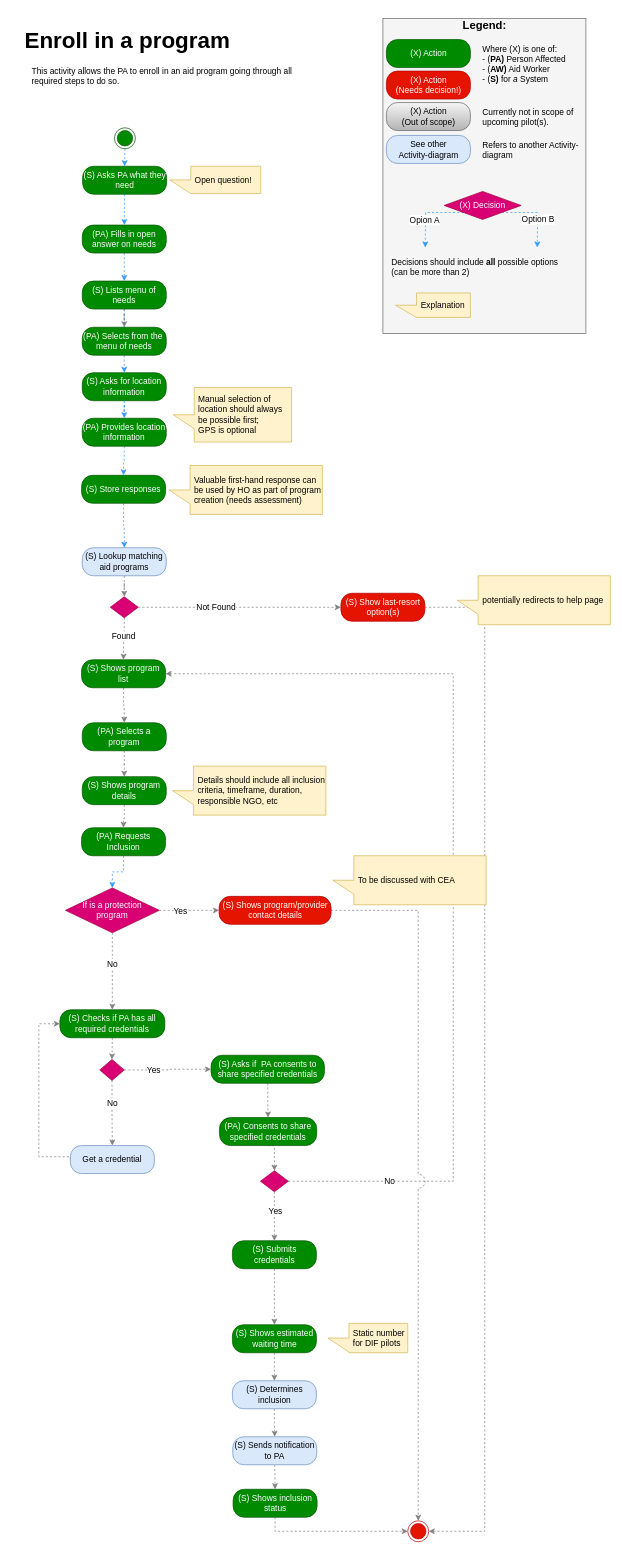
Above: Activity Diagrams/Enroll in a program activity.drawio in nsward/diagrams (draw.io), before the change. Source tidied: cells renumbered, new cells numbered last; positions are measured from the earlier drawing's top-left corner, leaving out a move shared by most shapes. Both pictures are drawn from the tidied source at 70%, with x=0, y=0 at pixel (12, 12).
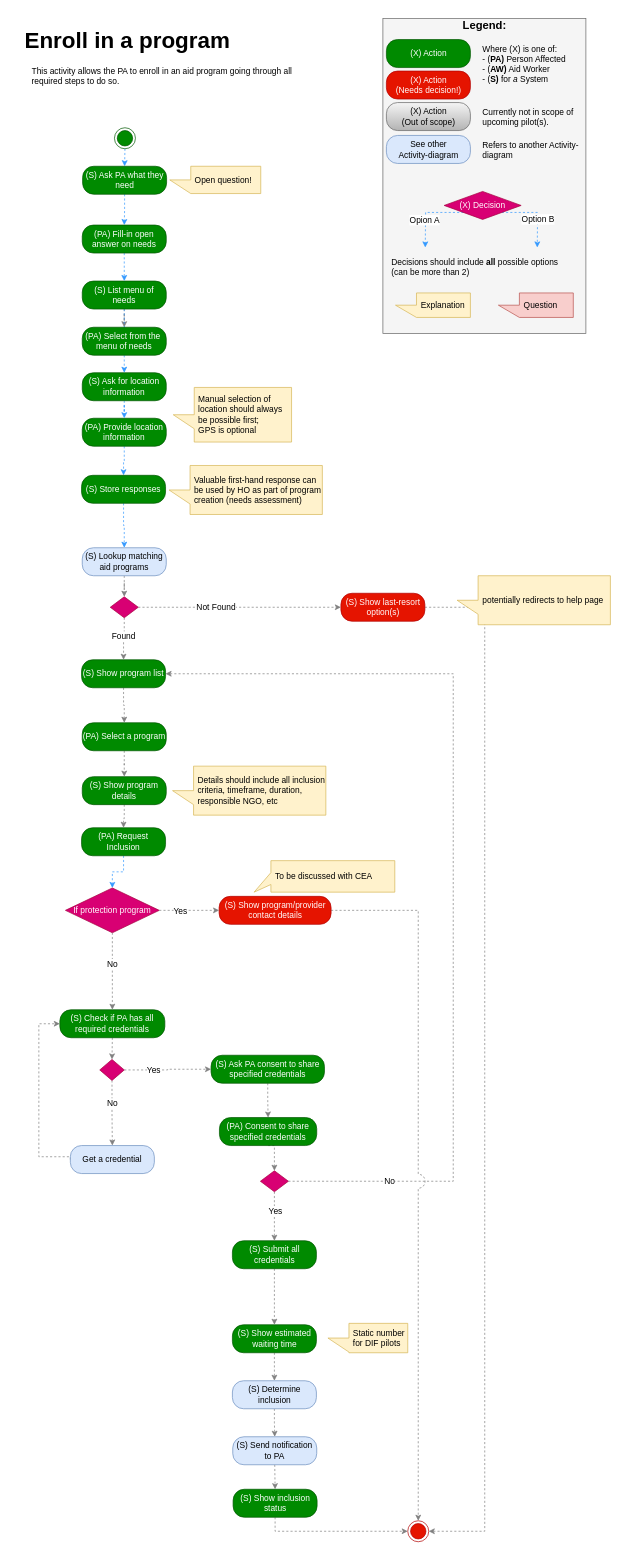
The same diagram, later.

Commit message:
AB#148 : Update "Enroll in a program" activity

The change refers to these unchanged cells:
```xml
<mxCell id="69" style="group;" parent="1" vertex="1">
  <mxGeometry x="529.5" y="9" width="290" height="462" as="geometry" />
</mxCell>
```

Diff of the diagram source:
```diff
@@
-    <mxCell id="6" value="(S) Lists menu of needs" style="rounded=1;whiteSpace=wrap;html=1;arcSize=40;fillColor=#008a00;strokeColor=#005700;fontColor=#ffffff;" parent="1" vertex="1">
+    <mxCell id="6" value="(S) List menu of needs" style="rounded=1;whiteSpace=wrap;html=1;arcSize=40;fillColor=#008a00;strokeColor=#005700;fontColor=#ffffff;" parent="1" vertex="1">
       <mxGeometry x="100" y="384" width="120" height="40" as="geometry" />
     </mxCell>
@@
-    <mxCell id="8" value="(PA) Provides location information" style="rounded=1;whiteSpace=wrap;html=1;arcSize=40;fillColor=#008a00;strokeColor=#005700;fontColor=#ffffff;" parent="1" vertex="1">
+    <mxCell id="8" value="(PA) Provide location information" style="rounded=1;whiteSpace=wrap;html=1;arcSize=40;fillColor=#008a00;strokeColor=#005700;fontColor=#ffffff;" parent="1" vertex="1">
       <mxGeometry x="100" y="580" width="120" height="40" as="geometry" />
     </mxCell>
@@
-    <mxCell id="11" value="(PA) Selects from the&amp;nbsp; menu of needs" style="rounded=1;whiteSpace=wrap;html=1;arcSize=40;fillColor=#008a00;strokeColor=#005700;fontColor=#ffffff;" parent="1" vertex="1">
+    <mxCell id="11" value="(PA) Select from the&amp;nbsp; menu of needs" style="rounded=1;whiteSpace=wrap;html=1;arcSize=40;fillColor=#008a00;strokeColor=#005700;fontColor=#ffffff;" parent="1" vertex="1">
       <mxGeometry x="100" y="450" width="120" height="40" as="geometry" />
     </mxCell>
@@
-    <mxCell id="13" value="(S) Shows program list" style="rounded=1;whiteSpace=wrap;html=1;arcSize=40;fillColor=#008a00;strokeColor=#005700;fontColor=#ffffff;" parent="1" vertex="1">
+    <mxCell id="13" value="(S) Show program list" style="rounded=1;whiteSpace=wrap;html=1;arcSize=40;fillColor=#008a00;strokeColor=#005700;fontColor=#ffffff;" parent="1" vertex="1">
       <mxGeometry x="99" y="925" width="120" height="40" as="geometry" />
     </mxCell>
@@
-    <mxCell id="15" value="(PA) Selects a program" style="rounded=1;whiteSpace=wrap;html=1;arcSize=40;fillColor=#008a00;strokeColor=#005700;fontColor=#ffffff;" parent="1" vertex="1">
+    <mxCell id="15" value="(PA) Select a program" style="rounded=1;whiteSpace=wrap;html=1;arcSize=40;fillColor=#008a00;strokeColor=#005700;fontColor=#ffffff;" parent="1" vertex="1">
       <mxGeometry x="100" y="1015" width="120" height="40" as="geometry" />
     </mxCell>
@@
-    <mxCell id="17" value="(S) Shows program details" style="rounded=1;whiteSpace=wrap;html=1;arcSize=40;fillColor=#008a00;strokeColor=#005700;fontColor=#ffffff;" parent="1" vertex="1">
+    <mxCell id="17" value="(S) Show program details" style="rounded=1;whiteSpace=wrap;html=1;arcSize=40;fillColor=#008a00;strokeColor=#005700;fontColor=#ffffff;" parent="1" vertex="1">
       <mxGeometry x="100" y="1092" width="120" height="40" as="geometry" />
     </mxCell>
@@
-    <mxCell id="19" value="(PA) Requests Inclusion" style="rounded=1;whiteSpace=wrap;html=1;arcSize=40;fillColor=#008a00;strokeColor=#005700;fontColor=#ffffff;" parent="1" vertex="1">
+    <mxCell id="19" value="(PA) Request Inclusion" style="rounded=1;whiteSpace=wrap;html=1;arcSize=40;fillColor=#008a00;strokeColor=#005700;fontColor=#ffffff;" parent="1" vertex="1">
       <mxGeometry x="99" y="1165" width="120" height="40" as="geometry" />
     </mxCell>
@@
-    <mxCell id="35" value="(S) Submits credentials" style="rounded=1;whiteSpace=wrap;html=1;arcSize=40;fillColor=#008a00;strokeColor=#005700;fontColor=#ffffff;" parent="1" vertex="1">
+    <mxCell id="35" value="(S) Submit all credentials" style="rounded=1;whiteSpace=wrap;html=1;arcSize=40;fillColor=#008a00;strokeColor=#005700;fontColor=#ffffff;" parent="1" vertex="1">
       <mxGeometry x="314.5" y="1755" width="120" height="40" as="geometry" />
     </mxCell>
@@
-    <mxCell id="37" value="(S) Shows estimated waiting time" style="rounded=1;whiteSpace=wrap;html=1;arcSize=40;fillColor=#008a00;strokeColor=#005700;fontColor=#ffffff;" parent="1" vertex="1">
+    <mxCell id="37" value="(S) Show estimated waiting time" style="rounded=1;whiteSpace=wrap;html=1;arcSize=40;fillColor=#008a00;strokeColor=#005700;fontColor=#ffffff;" parent="1" vertex="1">
       <mxGeometry x="314.5" y="1875" width="120" height="40" as="geometry" />
     </mxCell>
@@
-    <mxCell id="39" value="(S) Determines inclusion" style="rounded=1;whiteSpace=wrap;html=1;arcSize=40;fillColor=#dae8fc;strokeColor=#6c8ebf;" parent="1" vertex="1">
+    <mxCell id="39" value="(S) Determine inclusion" style="rounded=1;whiteSpace=wrap;html=1;arcSize=40;fillColor=#dae8fc;strokeColor=#6c8ebf;" parent="1" vertex="1">
       <mxGeometry x="314.5" y="1955" width="120" height="40" as="geometry" />
     </mxCell>
@@
-    <mxCell id="41" value="(S) Sends notification to PA" style="rounded=1;whiteSpace=wrap;html=1;arcSize=40;fillColor=#dae8fc;strokeColor=#6c8ebf;fontColor=#000000;" parent="1" vertex="1">
+    <mxCell id="41" value="(S) Send notification to PA" style="rounded=1;whiteSpace=wrap;html=1;arcSize=40;fillColor=#dae8fc;strokeColor=#6c8ebf;fontColor=#000000;" parent="1" vertex="1">
       <mxGeometry x="315" y="2035" width="120" height="40" as="geometry" />
     </mxCell>
@@
-    <mxCell id="50" value="&lt;span&gt;If is a protection program&lt;/span&gt;" style="rhombus;whiteSpace=wrap;html=1;fillColor=#d80073;strokeColor=#A50040;fontColor=#ffffff;" parent="1" vertex="1">
+    <mxCell id="50" value="&lt;span&gt;If protection program&lt;/span&gt;" style="rhombus;whiteSpace=wrap;html=1;fillColor=#d80073;strokeColor=#A50040;fontColor=#ffffff;" parent="1" vertex="1">
       <mxGeometry x="76" y="1251" width="134" height="64" as="geometry" />
     </mxCell>
@@
-    <mxCell id="54" value="(S) Shows program/provider contact details" style="rounded=1;whiteSpace=wrap;html=1;arcSize=40;fillColor=#e51400;strokeColor=#B20000;fontColor=#ffffff;" parent="1" vertex="1">
+    <mxCell id="54" value="(S) Show program/provider contact details" style="rounded=1;whiteSpace=wrap;html=1;arcSize=40;fillColor=#e51400;strokeColor=#B20000;fontColor=#ffffff;" parent="1" vertex="1">
       <mxGeometry x="295.5" y="1263" width="160" height="40" as="geometry" />
     </mxCell>
-    <mxCell id="55" value="(S) Checks if PA has all required credentials" style="rounded=1;whiteSpace=wrap;html=1;arcSize=40;fillColor=#008a00;strokeColor=#005700;fontColor=#ffffff;" parent="1" vertex="1">
+    <mxCell id="55" value="(S) Check if PA has all required credentials" style="rounded=1;whiteSpace=wrap;html=1;arcSize=40;fillColor=#008a00;strokeColor=#005700;fontColor=#ffffff;" parent="1" vertex="1">
       <mxGeometry x="68" y="1425" width="150" height="40" as="geometry" />
     </mxCell>
@@
-    <mxCell id="59" value="(PA) Consents to share specified credentials" style="rounded=1;whiteSpace=wrap;html=1;arcSize=40;fillColor=#008a00;strokeColor=#005700;fontColor=#ffffff;" parent="1" vertex="1">
+    <mxCell id="59" value="(PA) Consent to share specified credentials" style="rounded=1;whiteSpace=wrap;html=1;arcSize=40;fillColor=#008a00;strokeColor=#005700;fontColor=#ffffff;" parent="1" vertex="1">
       <mxGeometry x="296" y="1579" width="139" height="40" as="geometry" />
     </mxCell>
@@
-    <mxCell id="61" value="(S) Asks if&amp;nbsp; PA consents to share specified credentials" style="rounded=1;whiteSpace=wrap;html=1;arcSize=40;fillColor=#008a00;strokeColor=#005700;fontColor=#ffffff;" parent="1" vertex="1">
+    <mxCell id="61" value="(S) Ask PA consent to share specified credentials" style="rounded=1;whiteSpace=wrap;html=1;arcSize=40;fillColor=#008a00;strokeColor=#005700;fontColor=#ffffff;" parent="1" vertex="1">
       <mxGeometry x="284" y="1490" width="162" height="40" as="geometry" />
     </mxCell>
@@
-    <mxCell id="63" value="(S) Asks PA what they need&lt;br&gt;" style="rounded=1;whiteSpace=wrap;html=1;arcSize=40;fillColor=#008a00;strokeColor=#005700;fontColor=#ffffff;" parent="1" vertex="1">
+    <mxCell id="63" value="(S) Ask PA what they need&lt;br&gt;" style="rounded=1;whiteSpace=wrap;html=1;arcSize=40;fillColor=#008a00;strokeColor=#005700;fontColor=#ffffff;" parent="1" vertex="1">
       <mxGeometry x="100.5" y="220" width="120" height="40" as="geometry" />
     </mxCell>
@@
+    <mxCell id="98" value="&lt;p&gt;Question&lt;/p&gt;" style="shape=callout;whiteSpace=wrap;html=1;perimeter=calloutPerimeter;fillColor=#f8cecc;fontSize=12;align=left;strokeColor=#b85450;spacingLeft=4;direction=south;" parent="69" vertex="1">
+      <mxGeometry x="165" y="392" width="107" height="35" as="geometry" />
+    </mxCell>
@@
-    <mxCell id="91" value="(PA) Fills in open answer on needs" style="rounded=1;whiteSpace=wrap;html=1;arcSize=40;fillColor=#008a00;strokeColor=#005700;fontColor=#ffffff;" parent="1" vertex="1">
+    <mxCell id="91" value="(PA) Fill-in open answer on needs" style="rounded=1;whiteSpace=wrap;html=1;arcSize=40;fillColor=#008a00;strokeColor=#005700;fontColor=#ffffff;" parent="1" vertex="1">
       <mxGeometry x="100" y="304" width="120" height="40" as="geometry" />
     </mxCell>
@@
-    <mxCell id="93" value="(S) Shows inclusion status" style="rounded=1;whiteSpace=wrap;html=1;arcSize=40;fillColor=#008a00;strokeColor=#005700;fontColor=#ffffff;" parent="1" vertex="1">
+    <mxCell id="93" value="(S) Show inclusion status" style="rounded=1;whiteSpace=wrap;html=1;arcSize=40;fillColor=#008a00;strokeColor=#005700;fontColor=#ffffff;" parent="1" vertex="1">
       <mxGeometry x="315.5" y="2110" width="120" height="40" as="geometry" />
     </mxCell>
@@
-    <mxCell id="95" value="(S) Asks for location information" style="rounded=1;whiteSpace=wrap;html=1;arcSize=40;fillColor=#008a00;strokeColor=#005700;fontColor=#ffffff;" parent="1" vertex="1">
+    <mxCell id="95" value="(S) Ask for location information" style="rounded=1;whiteSpace=wrap;html=1;arcSize=40;fillColor=#008a00;strokeColor=#005700;fontColor=#ffffff;" parent="1" vertex="1">
       <mxGeometry x="100" y="515" width="120" height="40" as="geometry" />
     </mxCell>
@@
-    <mxCell id="97" value="&lt;p&gt;To be discussed with CEA&lt;/p&gt;" style="shape=callout;whiteSpace=wrap;html=1;perimeter=calloutPerimeter;fillColor=#fff2cc;fontSize=12;align=left;strokeColor=#d6b656;spacingLeft=4;direction=south;" parent="1" vertex="1">
-      <mxGeometry x="458" y="1205" width="219" height="70" as="geometry" />
+    <mxCell id="97" value="&lt;p&gt;To be discussed with CEA&lt;/p&gt;" style="shape=callout;whiteSpace=wrap;html=1;perimeter=calloutPerimeter;fillColor=#fff2cc;fontSize=12;align=left;strokeColor=#d6b656;spacingLeft=4;direction=south;position2=1;size=24;position=0.38;base=17;" parent="1" vertex="1">
+      <mxGeometry x="345.5" y="1212" width="201" height="45" as="geometry" />
     </mxCell>
```
